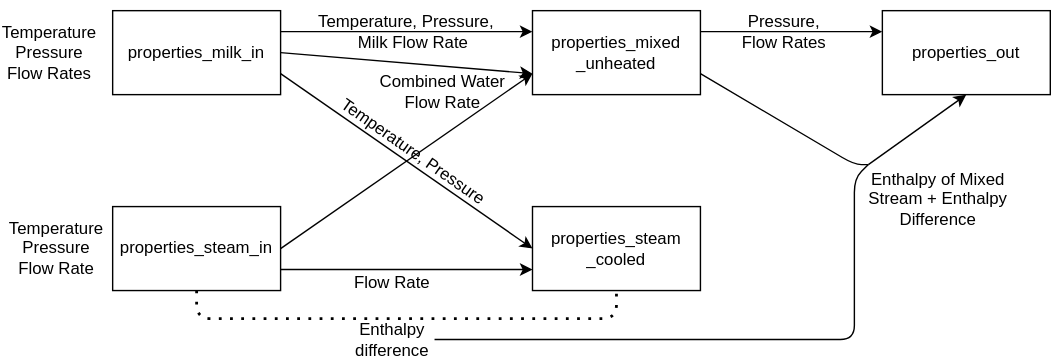
This is notes/assets/direct_steam_injection_structure.drawio.svg from bertkdowns/thesis, a draw.io export, as it was before one commit. Source tidied: cells renumbered, new cells last; positions are measured from the earlier drawing's top-left corner, leaving out a move shared by most shapes. The source it was exported from:
```xml
<mxGraphModel>
  <root>
    <mxCell id="0" />
    <mxCell id="1" parent="0" />
    <mxCell id="2" style="edgeStyle=none;html=1;exitX=1;exitY=0.75;exitDx=0;exitDy=0;entryX=0;entryY=0.5;entryDx=0;entryDy=0;" parent="1" edge="1" source="5" target="9">
      <mxGeometry relative="1" as="geometry" />
    </mxCell>
    <mxCell id="3" style="edgeStyle=none;html=1;exitX=1;exitY=0.25;exitDx=0;exitDy=0;entryX=0;entryY=0.25;entryDx=0;entryDy=0;" parent="1" edge="1" source="5" target="12">
      <mxGeometry relative="1" as="geometry" />
    </mxCell>
    <mxCell id="4" style="edgeStyle=none;html=1;exitX=1;exitY=0.5;exitDx=0;exitDy=0;entryX=0;entryY=0.75;entryDx=0;entryDy=0;" parent="1" edge="1" source="5" target="12">
      <mxGeometry relative="1" as="geometry" />
    </mxCell>
    <mxCell id="5" value="properties_milk_in" style="rounded=0;whiteSpace=wrap;html=1;" parent="1" vertex="1">
      <mxGeometry x="80" y="7" width="120" height="60" as="geometry" />
    </mxCell>
    <mxCell id="6" style="edgeStyle=none;html=1;exitX=1;exitY=0.75;exitDx=0;exitDy=0;entryX=0;entryY=0.75;entryDx=0;entryDy=0;" parent="1" edge="1" source="8" target="9">
      <mxGeometry relative="1" as="geometry" />
    </mxCell>
    <mxCell id="7" style="edgeStyle=none;html=1;exitX=1;exitY=0.5;exitDx=0;exitDy=0;entryX=0;entryY=0.75;entryDx=0;entryDy=0;" parent="1" edge="1" source="8" target="12">
      <mxGeometry relative="1" as="geometry" />
    </mxCell>
    <mxCell id="8" value="properties_steam_in" style="rounded=0;whiteSpace=wrap;html=1;" parent="1" vertex="1">
      <mxGeometry x="80" y="147" width="120" height="60" as="geometry" />
    </mxCell>
    <mxCell id="9" value="properties_steam&lt;div&gt;_cooled&lt;/div&gt;" style="rounded=0;whiteSpace=wrap;html=1;" parent="1" vertex="1">
      <mxGeometry x="380" y="147" width="120" height="60" as="geometry" />
    </mxCell>
    <mxCell id="10" style="edgeStyle=none;html=1;exitX=1;exitY=0.25;exitDx=0;exitDy=0;entryX=0;entryY=0.25;entryDx=0;entryDy=0;" parent="1" edge="1" source="12" target="13">
      <mxGeometry relative="1" as="geometry" />
    </mxCell>
    <mxCell id="11" style="edgeStyle=none;html=1;exitX=1;exitY=0.75;exitDx=0;exitDy=0;endArrow=none;endFill=0;" parent="1" edge="1" source="12">
      <mxGeometry relative="1" as="geometry">
        <mxPoint x="620" y="117" as="targetPoint" />
        <Array as="points">
          <mxPoint x="610" y="117" />
        </Array>
      </mxGeometry>
    </mxCell>
    <mxCell id="12" value="properties_mixed&lt;div&gt;_unheated&lt;/div&gt;" style="rounded=0;whiteSpace=wrap;html=1;" parent="1" vertex="1">
      <mxGeometry x="380" y="7" width="120" height="60" as="geometry" />
    </mxCell>
    <mxCell id="13" value="properties_out" style="rounded=0;whiteSpace=wrap;html=1;" parent="1" vertex="1">
      <mxGeometry x="630" y="7" width="120" height="60" as="geometry" />
    </mxCell>
    <mxCell id="14" value="Temperature&lt;div&gt;Pressure&lt;/div&gt;&lt;div&gt;Flow Rates&lt;/div&gt;" style="text;html=1;align=center;verticalAlign=middle;whiteSpace=wrap;rounded=0;" parent="1" vertex="1">
      <mxGeometry y="7" width="70" height="60" as="geometry" />
    </mxCell>
    <mxCell id="15" value="Temperature&lt;div&gt;Pressure&lt;/div&gt;&lt;div&gt;Flow Rate&lt;/div&gt;" style="text;html=1;align=center;verticalAlign=middle;whiteSpace=wrap;rounded=0;" parent="1" vertex="1">
      <mxGeometry x="10" y="147" width="60" height="60" as="geometry" />
    </mxCell>
    <mxCell id="16" value="Flow Rate" style="text;html=1;align=center;verticalAlign=middle;whiteSpace=wrap;rounded=0;" parent="1" vertex="1">
      <mxGeometry x="250" y="187" width="60" height="30" as="geometry" />
    </mxCell>
    <mxCell id="17" value="Temperature, Pressure" style="text;html=1;align=center;verticalAlign=middle;whiteSpace=wrap;rounded=0;rotation=35;" parent="1" vertex="1">
      <mxGeometry x="220" y="93" width="150" height="30" as="geometry" />
    </mxCell>
    <mxCell id="18" value="Temperature, Pressure," style="text;html=1;align=center;verticalAlign=middle;whiteSpace=wrap;rounded=0;" parent="1" vertex="1">
      <mxGeometry x="210" width="160" height="30" as="geometry" />
    </mxCell>
    <mxCell id="19" value="Milk Flow Rate" style="text;html=1;align=center;verticalAlign=middle;whiteSpace=wrap;rounded=0;" parent="1" vertex="1">
      <mxGeometry x="215" y="15" width="160" height="30" as="geometry" />
    </mxCell>
    <mxCell id="20" value="Combined Water Flow Rate" style="text;html=1;align=center;verticalAlign=middle;whiteSpace=wrap;rounded=0;" parent="1" vertex="1">
      <mxGeometry x="266" y="50" width="100" height="30" as="geometry" />
    </mxCell>
    <mxCell id="21" value="Pressure," style="text;html=1;align=center;verticalAlign=middle;whiteSpace=wrap;rounded=0;" parent="1" vertex="1">
      <mxGeometry x="510" width="100" height="30" as="geometry" />
    </mxCell>
    <mxCell id="22" value="Flow Rates" style="text;html=1;align=center;verticalAlign=middle;whiteSpace=wrap;rounded=0;" parent="1" vertex="1">
      <mxGeometry x="510" y="15" width="100" height="30" as="geometry" />
    </mxCell>
    <mxCell id="23" style="endArrow=none;dashed=1;html=1;dashPattern=1 3;strokeWidth=2;exitX=0.5;exitY=1;exitDx=0;exitDy=0;entryX=0.5;entryY=1;entryDx=0;entryDy=0;" parent="1" edge="1" source="8" target="9">
      <mxGeometry relative="1" as="geometry">
        <Array as="points">
          <mxPoint x="140" y="227" />
          <mxPoint x="440" y="227" />
        </Array>
      </mxGeometry>
    </mxCell>
    <mxCell id="24" style="edgeStyle=none;html=1;endArrow=none;endFill=0;" parent="1" edge="1" source="25">
      <mxGeometry relative="1" as="geometry">
        <mxPoint x="620" y="117" as="targetPoint" />
        <Array as="points">
          <mxPoint x="610" y="242" />
          <mxPoint x="610" y="127" />
        </Array>
      </mxGeometry>
    </mxCell>
    <mxCell id="25" value="Enthalpy difference" style="text;html=1;align=center;verticalAlign=middle;whiteSpace=wrap;rounded=0;" parent="1" vertex="1">
      <mxGeometry x="250" y="227" width="60" height="30" as="geometry" />
    </mxCell>
    <mxCell id="26" style="edgeStyle=none;html=1;entryX=0.5;entryY=1;entryDx=0;entryDy=0;" parent="1" edge="1" target="13">
      <mxGeometry relative="1" as="geometry">
        <mxPoint x="620" y="117" as="sourcePoint" />
      </mxGeometry>
    </mxCell>
    <mxCell id="27" value="Enthalpy of Mixed Stream + Enthalpy Difference" style="text;html=1;align=center;verticalAlign=middle;whiteSpace=wrap;rounded=0;" parent="1" vertex="1">
      <mxGeometry x="610" y="117" width="120" height="50" as="geometry" />
    </mxCell>
  </root>
</mxGraphModel>
```
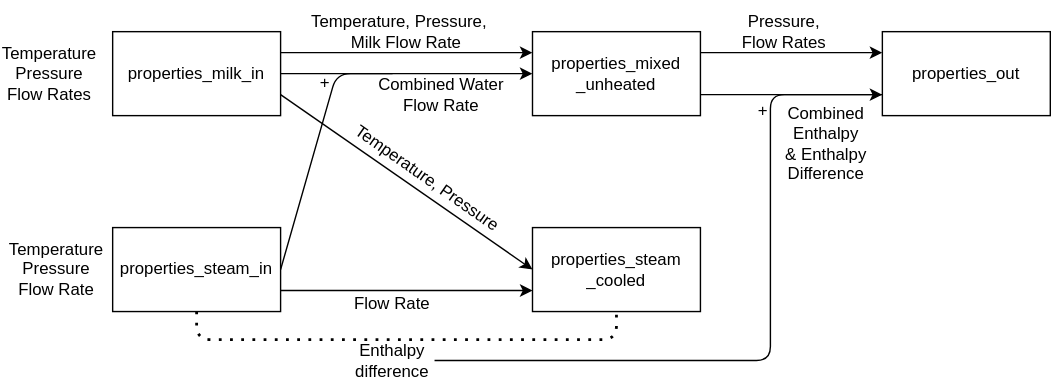
The same diagram one commit later.

Commit message:
finish writing on dsi

Diff of the diagram source:
```diff
@@ -8,7 +8,7 @@
     <mxCell id="3" style="edgeStyle=none;html=1;exitX=1;exitY=0.25;exitDx=0;exitDy=0;entryX=0;entryY=0.25;entryDx=0;entryDy=0;" parent="1" edge="1" source="5" target="12">
       <mxGeometry relative="1" as="geometry" />
     </mxCell>
-    <mxCell id="4" style="edgeStyle=none;html=1;exitX=1;exitY=0.5;exitDx=0;exitDy=0;entryX=0;entryY=0.75;entryDx=0;entryDy=0;" parent="1" edge="1" source="5" target="12">
+    <mxCell id="4" style="edgeStyle=none;html=1;exitX=1;exitY=0.5;exitDx=0;exitDy=0;entryX=0;entryY=0.5;entryDx=0;entryDy=0;" parent="1" edge="1" source="5" target="12">
       <mxGeometry relative="1" as="geometry" />
     </mxCell>
     <mxCell id="5" value="properties_milk_in" style="rounded=0;whiteSpace=wrap;html=1;" parent="1" vertex="1">
@@ -17,8 +17,13 @@
     <mxCell id="6" style="edgeStyle=none;html=1;exitX=1;exitY=0.75;exitDx=0;exitDy=0;entryX=0;entryY=0.75;entryDx=0;entryDy=0;" parent="1" edge="1" source="8" target="9">
       <mxGeometry relative="1" as="geometry" />
     </mxCell>
-    <mxCell id="7" style="edgeStyle=none;html=1;exitX=1;exitY=0.5;exitDx=0;exitDy=0;entryX=0;entryY=0.75;entryDx=0;entryDy=0;" parent="1" edge="1" source="8" target="12">
-      <mxGeometry relative="1" as="geometry" />
+    <mxCell id="7" style="edgeStyle=none;html=1;exitX=1;exitY=0.5;exitDx=0;exitDy=0;endArrow=none;endFill=0;" parent="1" edge="1" source="8">
+      <mxGeometry relative="1" as="geometry">
+        <mxPoint x="280" y="37" as="targetPoint" />
+        <Array as="points">
+          <mxPoint x="240" y="37" />
+        </Array>
+      </mxGeometry>
     </mxCell>
     <mxCell id="8" value="properties_steam_in" style="rounded=0;whiteSpace=wrap;html=1;" parent="1" vertex="1">
       <mxGeometry x="80" y="147" width="120" height="60" as="geometry" />
@@ -29,14 +34,6 @@
     <mxCell id="10" style="edgeStyle=none;html=1;exitX=1;exitY=0.25;exitDx=0;exitDy=0;entryX=0;entryY=0.25;entryDx=0;entryDy=0;" parent="1" edge="1" source="12" target="13">
       <mxGeometry relative="1" as="geometry" />
     </mxCell>
-    <mxCell id="11" style="edgeStyle=none;html=1;exitX=1;exitY=0.75;exitDx=0;exitDy=0;endArrow=none;endFill=0;" parent="1" edge="1" source="12">
-      <mxGeometry relative="1" as="geometry">
-        <mxPoint x="620" y="117" as="targetPoint" />
-        <Array as="points">
-          <mxPoint x="610" y="117" />
-        </Array>
-      </mxGeometry>
-    </mxCell>
     <mxCell id="12" value="properties_mixed&lt;div&gt;_unheated&lt;/div&gt;" style="rounded=0;whiteSpace=wrap;html=1;" parent="1" vertex="1">
       <mxGeometry x="380" y="7" width="120" height="60" as="geometry" />
     </mxCell>
@@ -53,22 +50,22 @@
       <mxGeometry x="250" y="187" width="60" height="30" as="geometry" />
     </mxCell>
     <mxCell id="17" value="Temperature, Pressure" style="text;html=1;align=center;verticalAlign=middle;whiteSpace=wrap;rounded=0;rotation=35;" parent="1" vertex="1">
-      <mxGeometry x="220" y="93" width="150" height="30" as="geometry" />
+      <mxGeometry x="230" y="97" width="150" height="30" as="geometry" />
     </mxCell>
     <mxCell id="18" value="Temperature, Pressure," style="text;html=1;align=center;verticalAlign=middle;whiteSpace=wrap;rounded=0;" parent="1" vertex="1">
-      <mxGeometry x="210" width="160" height="30" as="geometry" />
+      <mxGeometry x="205" y="-15" width="160" height="30" as="geometry" />
     </mxCell>
     <mxCell id="19" value="Milk Flow Rate" style="text;html=1;align=center;verticalAlign=middle;whiteSpace=wrap;rounded=0;" parent="1" vertex="1">
-      <mxGeometry x="215" y="15" width="160" height="30" as="geometry" />
+      <mxGeometry x="210" width="160" height="30" as="geometry" />
     </mxCell>
     <mxCell id="20" value="Combined Water Flow Rate" style="text;html=1;align=center;verticalAlign=middle;whiteSpace=wrap;rounded=0;" parent="1" vertex="1">
-      <mxGeometry x="266" y="50" width="100" height="30" as="geometry" />
+      <mxGeometry x="265" y="37" width="100" height="30" as="geometry" />
     </mxCell>
     <mxCell id="21" value="Pressure," style="text;html=1;align=center;verticalAlign=middle;whiteSpace=wrap;rounded=0;" parent="1" vertex="1">
-      <mxGeometry x="510" width="100" height="30" as="geometry" />
+      <mxGeometry x="510" y="-15" width="100" height="30" as="geometry" />
     </mxCell>
     <mxCell id="22" value="Flow Rates" style="text;html=1;align=center;verticalAlign=middle;whiteSpace=wrap;rounded=0;" parent="1" vertex="1">
-      <mxGeometry x="510" y="15" width="100" height="30" as="geometry" />
+      <mxGeometry x="510" width="100" height="30" as="geometry" />
     </mxCell>
     <mxCell id="23" style="endArrow=none;dashed=1;html=1;dashPattern=1 3;strokeWidth=2;exitX=0.5;exitY=1;exitDx=0;exitDy=0;entryX=0.5;entryY=1;entryDx=0;entryDy=0;" parent="1" edge="1" source="8" target="9">
       <mxGeometry relative="1" as="geometry">
@@ -78,25 +75,28 @@
         </Array>
       </mxGeometry>
     </mxCell>
-    <mxCell id="24" style="edgeStyle=none;html=1;endArrow=none;endFill=0;" parent="1" edge="1" source="25">
+    <mxCell id="24" style="edgeStyle=none;html=1;endArrow=none;endFill=0;entryX=0;entryY=0.75;entryDx=0;entryDy=0;" parent="1" edge="1" source="25" target="13">
       <mxGeometry relative="1" as="geometry">
-        <mxPoint x="620" y="117" as="targetPoint" />
         <Array as="points">
-          <mxPoint x="610" y="242" />
-          <mxPoint x="610" y="127" />
+          <mxPoint x="550" y="242" />
+          <mxPoint x="550" y="52" />
         </Array>
       </mxGeometry>
     </mxCell>
     <mxCell id="25" value="Enthalpy difference" style="text;html=1;align=center;verticalAlign=middle;whiteSpace=wrap;rounded=0;" parent="1" vertex="1">
       <mxGeometry x="250" y="227" width="60" height="30" as="geometry" />
     </mxCell>
-    <mxCell id="26" style="edgeStyle=none;html=1;entryX=0.5;entryY=1;entryDx=0;entryDy=0;" parent="1" edge="1" target="13">
-      <mxGeometry relative="1" as="geometry">
-        <mxPoint x="620" y="117" as="sourcePoint" />
-      </mxGeometry>
+    <mxCell id="26" style="edgeStyle=none;html=1;entryX=0;entryY=0.75;entryDx=0;entryDy=0;exitX=1;exitY=0.75;exitDx=0;exitDy=0;" parent="1" edge="1" source="12" target="13">
+      <mxGeometry relative="1" as="geometry" />
     </mxCell>
-    <mxCell id="27" value="Enthalpy of Mixed Stream + Enthalpy Difference" style="text;html=1;align=center;verticalAlign=middle;whiteSpace=wrap;rounded=0;" parent="1" vertex="1">
-      <mxGeometry x="610" y="117" width="120" height="50" as="geometry" />
+    <mxCell id="27" value="Combined Enthalpy&lt;div&gt;&amp;amp; Enthalpy&lt;/div&gt;&lt;div&gt;Difference&lt;/div&gt;" style="text;html=1;align=center;verticalAlign=middle;whiteSpace=wrap;rounded=0;" parent="1" vertex="1">
+      <mxGeometry x="550" y="47" width="80" height="80" as="geometry" />
     </mxCell>
+    <mxCell id="28" value="+" style="text;html=1;align=center;verticalAlign=middle;whiteSpace=wrap;rounded=0;" parent="1" vertex="1">
+      <mxGeometry x="540" y="54" width="10" height="20" as="geometry" />
+    </mxCell>
+    <mxCell id="29" value="+" style="text;html=1;align=center;verticalAlign=middle;whiteSpace=wrap;rounded=0;" parent="1" vertex="1">
+      <mxGeometry x="227" y="34" width="10" height="20" as="geometry" />
+    </mxCell>
   </root>
 </mxGraphModel>
```
